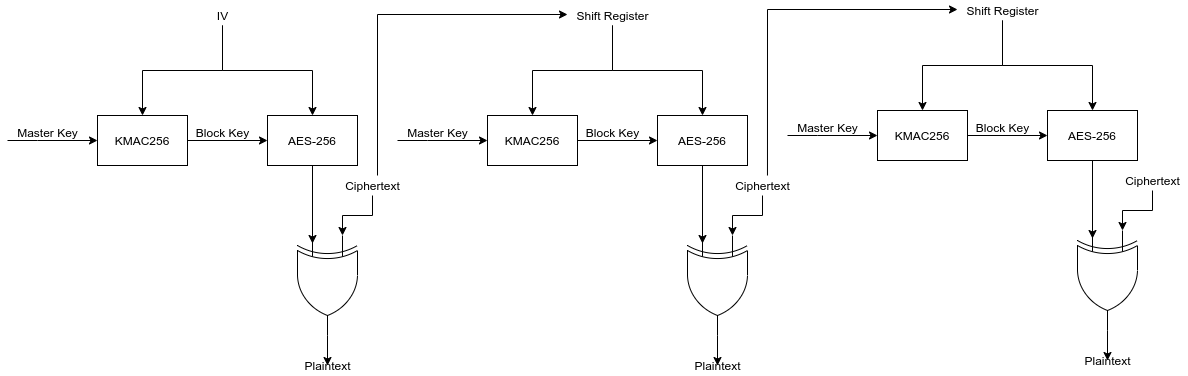
aarmono/crypto_transceiver_instructions keeps this draw.io diagram as images/Decryption.png. Above is the earlier version. Source tidied: cells renumbered, new cells last; positions are measured from the earlier drawing's top-left corner, leaving out a move shared by most shapes. Source of this version:
```xml
<mxGraphModel>
  <root>
    <mxCell id="0" />
    <mxCell id="1" parent="0" />
    <mxCell id="2" style="edgeStyle=orthogonalEdgeStyle;rounded=0;jettySize=auto;html=1;exitX=0;exitY=0.5;exitDx=0;exitDy=0;startArrow=classic;startFill=1;endArrow=none;endFill=0;" parent="1" edge="1" source="5">
      <mxGeometry relative="1" as="geometry">
        <mxPoint y="140" as="targetPoint" />
        <Array as="points">
          <mxPoint x="30" y="140" />
          <mxPoint x="30" y="140" />
        </Array>
      </mxGeometry>
    </mxCell>
    <mxCell id="3" style="edgeStyle=orthogonalEdgeStyle;rounded=0;jettySize=auto;html=1;exitX=0;exitY=0.5;exitDx=0;exitDy=0;entryX=1;entryY=0.5;entryDx=0;entryDy=0;startArrow=classic;startFill=1;endArrow=none;endFill=0;" parent="1" edge="1" source="8" target="5">
      <mxGeometry relative="1" as="geometry" />
    </mxCell>
    <mxCell id="4" style="edgeStyle=orthogonalEdgeStyle;rounded=0;jettySize=auto;html=1;exitX=0.5;exitY=0;exitDx=0;exitDy=0;startArrow=classic;startFill=1;endArrow=none;endFill=0;" parent="1" edge="1" source="5" target="11">
      <mxGeometry relative="1" as="geometry" />
    </mxCell>
    <mxCell id="5" value="KMAC256" style="rounded=0;whiteSpace=wrap;html=1;" parent="1" vertex="1">
      <mxGeometry x="90" y="115" width="90" height="50" as="geometry" />
    </mxCell>
    <mxCell id="6" style="edgeStyle=orthogonalEdgeStyle;rounded=0;jettySize=auto;html=1;exitX=0.5;exitY=0;exitDx=0;exitDy=0;startArrow=classic;startFill=1;endArrow=none;endFill=0;" parent="1" edge="1" source="8" target="11">
      <mxGeometry relative="1" as="geometry" />
    </mxCell>
    <mxCell id="7" style="edgeStyle=orthogonalEdgeStyle;rounded=0;jettySize=auto;html=1;exitX=0.08;exitY=0.25;exitDx=0;exitDy=0;entryX=0.5;entryY=1;entryDx=0;entryDy=0;startArrow=classic;startFill=1;endArrow=none;endFill=0;exitPerimeter=0;" parent="1" edge="1" source="14" target="8">
      <mxGeometry relative="1" as="geometry" />
    </mxCell>
    <mxCell id="8" value="AES-256" style="rounded=0;whiteSpace=wrap;html=1;" parent="1" vertex="1">
      <mxGeometry x="260" y="115" width="90" height="50" as="geometry" />
    </mxCell>
    <mxCell id="9" value="Master Key" style="text;html=1;align=center;verticalAlign=middle;" parent="1" vertex="1">
      <mxGeometry y="122" width="80" height="20" as="geometry" />
    </mxCell>
    <mxCell id="10" value="Block Key" style="text;html=1;align=center;verticalAlign=middle;" parent="1" vertex="1">
      <mxGeometry x="180" y="122" width="70" height="20" as="geometry" />
    </mxCell>
    <mxCell id="11" value="IV" style="text;html=1;align=center;verticalAlign=middle;points=[];" parent="1" vertex="1">
      <mxGeometry x="200" y="5" width="30" height="20" as="geometry" />
    </mxCell>
    <mxCell id="12" style="edgeStyle=orthogonalEdgeStyle;rounded=0;jettySize=auto;html=1;exitX=0.5;exitY=0.5;exitDx=0;exitDy=0;exitPerimeter=0;entryX=1;entryY=0.5;entryDx=0;entryDy=0;entryPerimeter=0;startArrow=classic;startFill=1;endArrow=none;endFill=0;" parent="1" edge="1" source="17" target="14">
      <mxGeometry relative="1" as="geometry" />
    </mxCell>
    <mxCell id="13" style="edgeStyle=orthogonalEdgeStyle;rounded=0;jettySize=auto;html=1;exitX=0;exitY=0.75;exitDx=0;exitDy=0;exitPerimeter=0;startArrow=classic;startFill=1;endArrow=none;endFill=0;" parent="1" edge="1" source="14" target="16">
      <mxGeometry relative="1" as="geometry" />
    </mxCell>
    <mxCell id="14" style="verticalLabelPosition=bottom;shadow=0;dashed=0;align=center;html=1;verticalAlign=top;shape=mxgraph.electrical.logic_gates.logic_gate;operation=xor;direction=south;flipH=1;" parent="1" vertex="1">
      <mxGeometry x="290" y="235" width="60" height="100" as="geometry" />
    </mxCell>
    <mxCell id="15" style="edgeStyle=orthogonalEdgeStyle;rounded=0;jettySize=auto;html=1;startArrow=classic;startFill=1;endArrow=none;endFill=0;exitX=0;exitY=0.45;exitDx=0;exitDy=0;exitPerimeter=0;" parent="1" edge="1" source="27" target="16">
      <mxGeometry relative="1" as="geometry">
        <Array as="points">
          <mxPoint x="370" y="14" />
        </Array>
      </mxGeometry>
    </mxCell>
    <mxCell id="16" value="Ciphertext" style="text;html=1;align=center;verticalAlign=middle;points=[];" parent="1" vertex="1">
      <mxGeometry x="330" y="175" width="70" height="20" as="geometry" />
    </mxCell>
    <mxCell id="17" value="Plaintext" style="text;html=1;align=center;verticalAlign=middle;points=[];" parent="1" vertex="1">
      <mxGeometry x="290" y="355" width="60" height="20" as="geometry" />
    </mxCell>
    <mxCell id="18" style="edgeStyle=orthogonalEdgeStyle;rounded=0;jettySize=auto;html=1;exitX=0;exitY=0.5;exitDx=0;exitDy=0;startArrow=classic;startFill=1;endArrow=none;endFill=0;" parent="1" edge="1" source="21">
      <mxGeometry relative="1" as="geometry">
        <mxPoint x="390" y="140" as="targetPoint" />
        <Array as="points">
          <mxPoint x="420" y="140" />
          <mxPoint x="420" y="140" />
        </Array>
      </mxGeometry>
    </mxCell>
    <mxCell id="19" style="edgeStyle=orthogonalEdgeStyle;rounded=0;jettySize=auto;html=1;exitX=0;exitY=0.5;exitDx=0;exitDy=0;entryX=1;entryY=0.5;entryDx=0;entryDy=0;startArrow=classic;startFill=1;endArrow=none;endFill=0;" parent="1" edge="1" source="24" target="21">
      <mxGeometry relative="1" as="geometry" />
    </mxCell>
    <mxCell id="20" style="edgeStyle=orthogonalEdgeStyle;rounded=0;jettySize=auto;html=1;exitX=0.5;exitY=0;exitDx=0;exitDy=0;startArrow=classic;startFill=1;endArrow=none;endFill=0;" parent="1" edge="1" source="21" target="27">
      <mxGeometry relative="1" as="geometry" />
    </mxCell>
    <mxCell id="21" value="KMAC256" style="rounded=0;whiteSpace=wrap;html=1;" parent="1" vertex="1">
      <mxGeometry x="480" y="115" width="90" height="50" as="geometry" />
    </mxCell>
    <mxCell id="22" style="edgeStyle=orthogonalEdgeStyle;rounded=0;jettySize=auto;html=1;exitX=0.5;exitY=0;exitDx=0;exitDy=0;startArrow=classic;startFill=1;endArrow=none;endFill=0;" parent="1" edge="1" source="24" target="27">
      <mxGeometry relative="1" as="geometry" />
    </mxCell>
    <mxCell id="23" style="edgeStyle=orthogonalEdgeStyle;rounded=0;jettySize=auto;html=1;exitX=0.08;exitY=0.25;exitDx=0;exitDy=0;entryX=0.5;entryY=1;entryDx=0;entryDy=0;startArrow=classic;startFill=1;endArrow=none;endFill=0;exitPerimeter=0;" parent="1" edge="1" source="30" target="24">
      <mxGeometry relative="1" as="geometry" />
    </mxCell>
    <mxCell id="24" value="AES-256" style="rounded=0;whiteSpace=wrap;html=1;" parent="1" vertex="1">
      <mxGeometry x="650" y="115" width="90" height="50" as="geometry" />
    </mxCell>
    <mxCell id="25" value="Master Key" style="text;html=1;align=center;verticalAlign=middle;" parent="1" vertex="1">
      <mxGeometry x="390" y="122" width="80" height="20" as="geometry" />
    </mxCell>
    <mxCell id="26" value="Block Key" style="text;html=1;align=center;verticalAlign=middle;" parent="1" vertex="1">
      <mxGeometry x="570" y="122" width="70" height="20" as="geometry" />
    </mxCell>
    <mxCell id="27" value="Shift Register" style="text;html=1;align=center;verticalAlign=middle;points=[];" parent="1" vertex="1">
      <mxGeometry x="560" y="5" width="90" height="20" as="geometry" />
    </mxCell>
    <mxCell id="28" style="edgeStyle=orthogonalEdgeStyle;rounded=0;jettySize=auto;html=1;exitX=0.5;exitY=0.5;exitDx=0;exitDy=0;exitPerimeter=0;entryX=1;entryY=0.5;entryDx=0;entryDy=0;entryPerimeter=0;startArrow=classic;startFill=1;endArrow=none;endFill=0;" parent="1" edge="1" source="32" target="30">
      <mxGeometry relative="1" as="geometry" />
    </mxCell>
    <mxCell id="29" style="edgeStyle=orthogonalEdgeStyle;rounded=0;jettySize=auto;html=1;exitX=0;exitY=0.75;exitDx=0;exitDy=0;exitPerimeter=0;startArrow=classic;startFill=1;endArrow=none;endFill=0;" parent="1" edge="1" source="30" target="31">
      <mxGeometry relative="1" as="geometry" />
    </mxCell>
    <mxCell id="30" style="verticalLabelPosition=bottom;shadow=0;dashed=0;align=center;html=1;verticalAlign=top;shape=mxgraph.electrical.logic_gates.logic_gate;operation=xor;direction=south;flipH=1;" parent="1" vertex="1">
      <mxGeometry x="680" y="235" width="60" height="100" as="geometry" />
    </mxCell>
    <mxCell id="31" value="Ciphertext" style="text;html=1;align=center;verticalAlign=middle;points=[];" parent="1" vertex="1">
      <mxGeometry x="720" y="175" width="70" height="20" as="geometry" />
    </mxCell>
    <mxCell id="32" value="Plaintext" style="text;html=1;align=center;verticalAlign=middle;points=[];" parent="1" vertex="1">
      <mxGeometry x="680" y="355" width="60" height="20" as="geometry" />
    </mxCell>
    <mxCell id="33" style="edgeStyle=orthogonalEdgeStyle;rounded=0;jettySize=auto;html=1;startArrow=classic;startFill=1;endArrow=none;endFill=0;exitX=0;exitY=0.45;exitDx=0;exitDy=0;exitPerimeter=0;entryX=0.571;entryY=0;entryDx=0;entryDy=0;entryPerimeter=0;" parent="1" edge="1" source="43" target="31">
      <mxGeometry relative="1" as="geometry">
        <Array as="points">
          <mxPoint x="760" y="9" />
        </Array>
      </mxGeometry>
    </mxCell>
    <mxCell id="34" style="edgeStyle=orthogonalEdgeStyle;rounded=0;jettySize=auto;html=1;exitX=0;exitY=0.5;exitDx=0;exitDy=0;startArrow=classic;startFill=1;endArrow=none;endFill=0;" parent="1" edge="1" source="37">
      <mxGeometry relative="1" as="geometry">
        <mxPoint x="780" y="135" as="targetPoint" />
        <Array as="points">
          <mxPoint x="810" y="135" />
          <mxPoint x="810" y="135" />
        </Array>
      </mxGeometry>
    </mxCell>
    <mxCell id="35" style="edgeStyle=orthogonalEdgeStyle;rounded=0;jettySize=auto;html=1;exitX=0;exitY=0.5;exitDx=0;exitDy=0;entryX=1;entryY=0.5;entryDx=0;entryDy=0;startArrow=classic;startFill=1;endArrow=none;endFill=0;" parent="1" edge="1" source="40" target="37">
      <mxGeometry relative="1" as="geometry" />
    </mxCell>
    <mxCell id="36" style="edgeStyle=orthogonalEdgeStyle;rounded=0;jettySize=auto;html=1;exitX=0.5;exitY=0;exitDx=0;exitDy=0;startArrow=classic;startFill=1;endArrow=none;endFill=0;" parent="1" edge="1" source="37" target="43">
      <mxGeometry relative="1" as="geometry" />
    </mxCell>
    <mxCell id="37" value="KMAC256" style="rounded=0;whiteSpace=wrap;html=1;" parent="1" vertex="1">
      <mxGeometry x="870" y="110" width="90" height="50" as="geometry" />
    </mxCell>
    <mxCell id="38" style="edgeStyle=orthogonalEdgeStyle;rounded=0;jettySize=auto;html=1;exitX=0.5;exitY=0;exitDx=0;exitDy=0;startArrow=classic;startFill=1;endArrow=none;endFill=0;" parent="1" edge="1" source="40" target="43">
      <mxGeometry relative="1" as="geometry" />
    </mxCell>
    <mxCell id="39" style="edgeStyle=orthogonalEdgeStyle;rounded=0;jettySize=auto;html=1;exitX=0.08;exitY=0.25;exitDx=0;exitDy=0;entryX=0.5;entryY=1;entryDx=0;entryDy=0;startArrow=classic;startFill=1;endArrow=none;endFill=0;exitPerimeter=0;" parent="1" edge="1" source="46" target="40">
      <mxGeometry relative="1" as="geometry" />
    </mxCell>
    <mxCell id="40" value="AES-256" style="rounded=0;whiteSpace=wrap;html=1;" parent="1" vertex="1">
      <mxGeometry x="1040" y="110" width="90" height="50" as="geometry" />
    </mxCell>
    <mxCell id="41" value="Master Key" style="text;html=1;align=center;verticalAlign=middle;" parent="1" vertex="1">
      <mxGeometry x="780" y="117" width="80" height="20" as="geometry" />
    </mxCell>
    <mxCell id="42" value="Block Key" style="text;html=1;align=center;verticalAlign=middle;" parent="1" vertex="1">
      <mxGeometry x="960" y="117" width="70" height="20" as="geometry" />
    </mxCell>
    <mxCell id="43" value="Shift Register" style="text;html=1;align=center;verticalAlign=middle;points=[];" parent="1" vertex="1">
      <mxGeometry x="950" width="90" height="20" as="geometry" />
    </mxCell>
    <mxCell id="44" style="edgeStyle=orthogonalEdgeStyle;rounded=0;jettySize=auto;html=1;exitX=0.5;exitY=0.5;exitDx=0;exitDy=0;exitPerimeter=0;entryX=1;entryY=0.5;entryDx=0;entryDy=0;entryPerimeter=0;startArrow=classic;startFill=1;endArrow=none;endFill=0;" parent="1" edge="1" source="48" target="46">
      <mxGeometry relative="1" as="geometry" />
    </mxCell>
    <mxCell id="45" style="edgeStyle=orthogonalEdgeStyle;rounded=0;jettySize=auto;html=1;exitX=0;exitY=0.75;exitDx=0;exitDy=0;exitPerimeter=0;startArrow=classic;startFill=1;endArrow=none;endFill=0;" parent="1" edge="1" source="46" target="47">
      <mxGeometry relative="1" as="geometry" />
    </mxCell>
    <mxCell id="46" style="verticalLabelPosition=bottom;shadow=0;dashed=0;align=center;html=1;verticalAlign=top;shape=mxgraph.electrical.logic_gates.logic_gate;operation=xor;direction=south;flipH=1;" parent="1" vertex="1">
      <mxGeometry x="1070" y="230" width="60" height="100" as="geometry" />
    </mxCell>
    <mxCell id="47" value="Ciphertext" style="text;html=1;align=center;verticalAlign=middle;points=[];" parent="1" vertex="1">
      <mxGeometry x="1110" y="170" width="70" height="20" as="geometry" />
    </mxCell>
    <mxCell id="48" value="Plaintext" style="text;html=1;align=center;verticalAlign=middle;points=[];" parent="1" vertex="1">
      <mxGeometry x="1070" y="350" width="60" height="20" as="geometry" />
    </mxCell>
  </root>
</mxGraphModel>
```
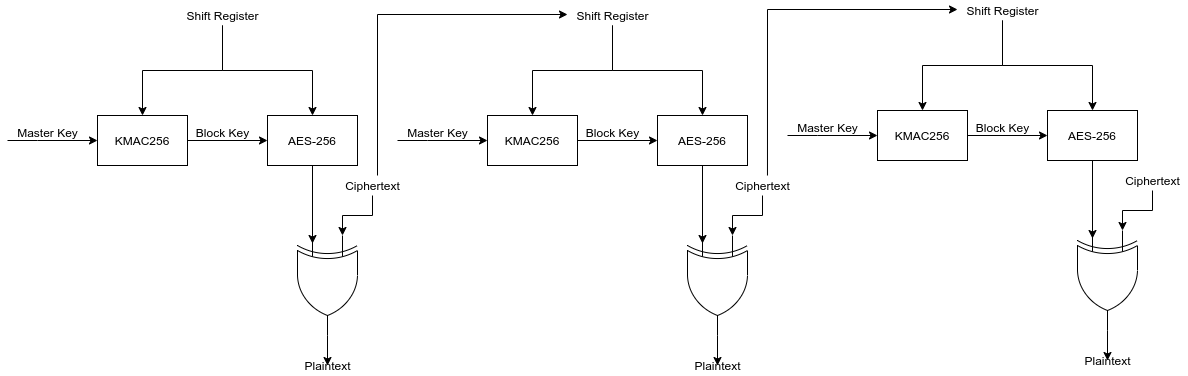
After the commit.

Commit message:
Add documentation on headset beep on new IV Slight tweak to encryption/decryption images to better explain the shift register

The edit, as a diff of the source:
```diff
@@ -35,8 +35,8 @@
     <mxCell id="10" value="Block Key" style="text;html=1;align=center;verticalAlign=middle;" parent="1" vertex="1">
       <mxGeometry x="180" y="122" width="70" height="20" as="geometry" />
     </mxCell>
-    <mxCell id="11" value="IV" style="text;html=1;align=center;verticalAlign=middle;points=[];" parent="1" vertex="1">
-      <mxGeometry x="200" y="5" width="30" height="20" as="geometry" />
+    <mxCell id="11" value="Shift Register" style="text;html=1;align=center;verticalAlign=middle;points=[];" parent="1" vertex="1">
+      <mxGeometry x="170" y="5" width="90" height="20" as="geometry" />
     </mxCell>
     <mxCell id="12" style="edgeStyle=orthogonalEdgeStyle;rounded=0;jettySize=auto;html=1;exitX=0.5;exitY=0.5;exitDx=0;exitDy=0;exitPerimeter=0;entryX=1;entryY=0.5;entryDx=0;entryDy=0;entryPerimeter=0;startArrow=classic;startFill=1;endArrow=none;endFill=0;" parent="1" edge="1" source="17" target="14">
       <mxGeometry relative="1" as="geometry" />
```
